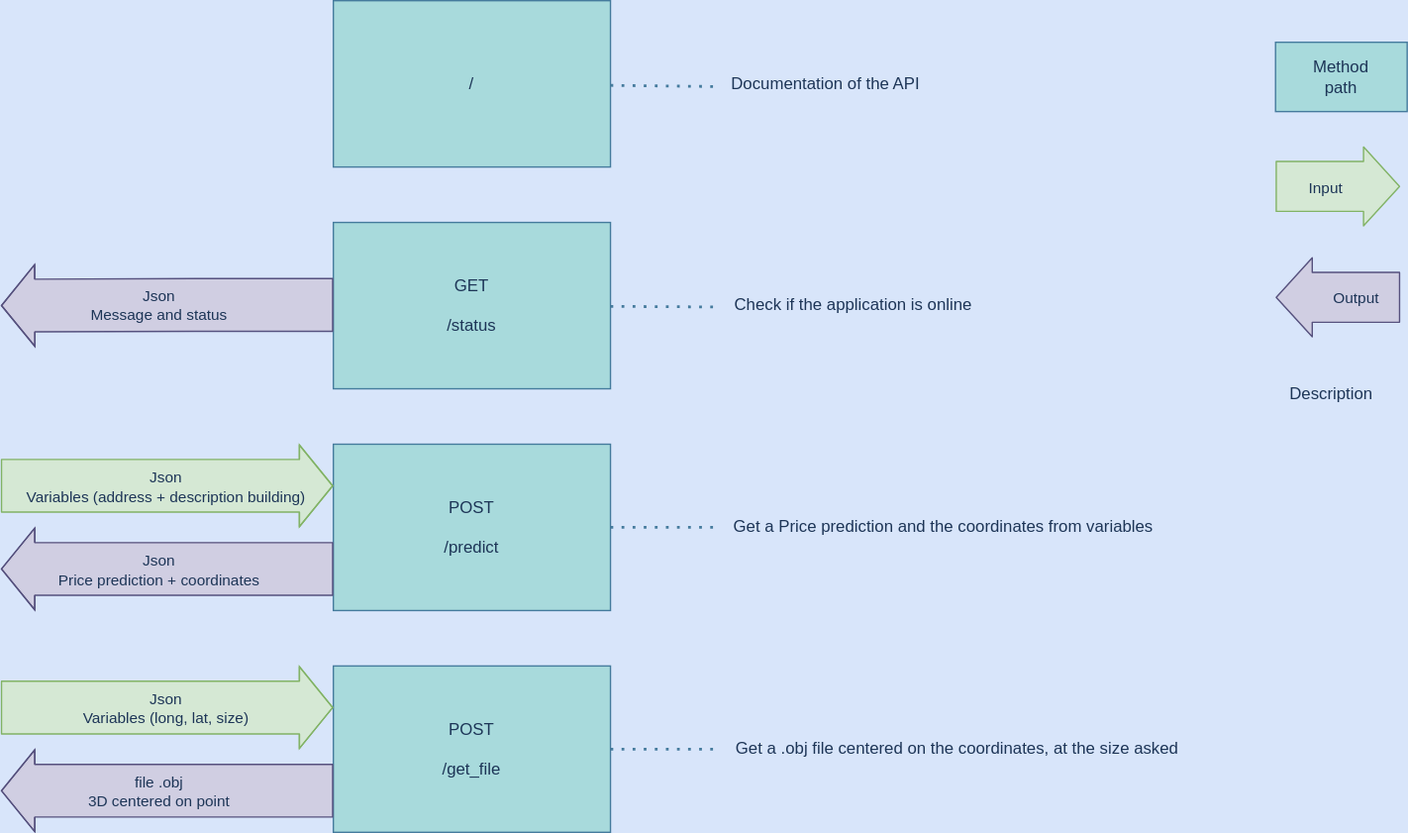
Above: Schemas/API_Diagram.svg in Demesmaeker/ImmoEliza (draw.io), before the change. Source tidied: cells renumbered, new cells last; positions are measured from the earlier drawing's top-left corner, leaving out a move shared by most shapes.
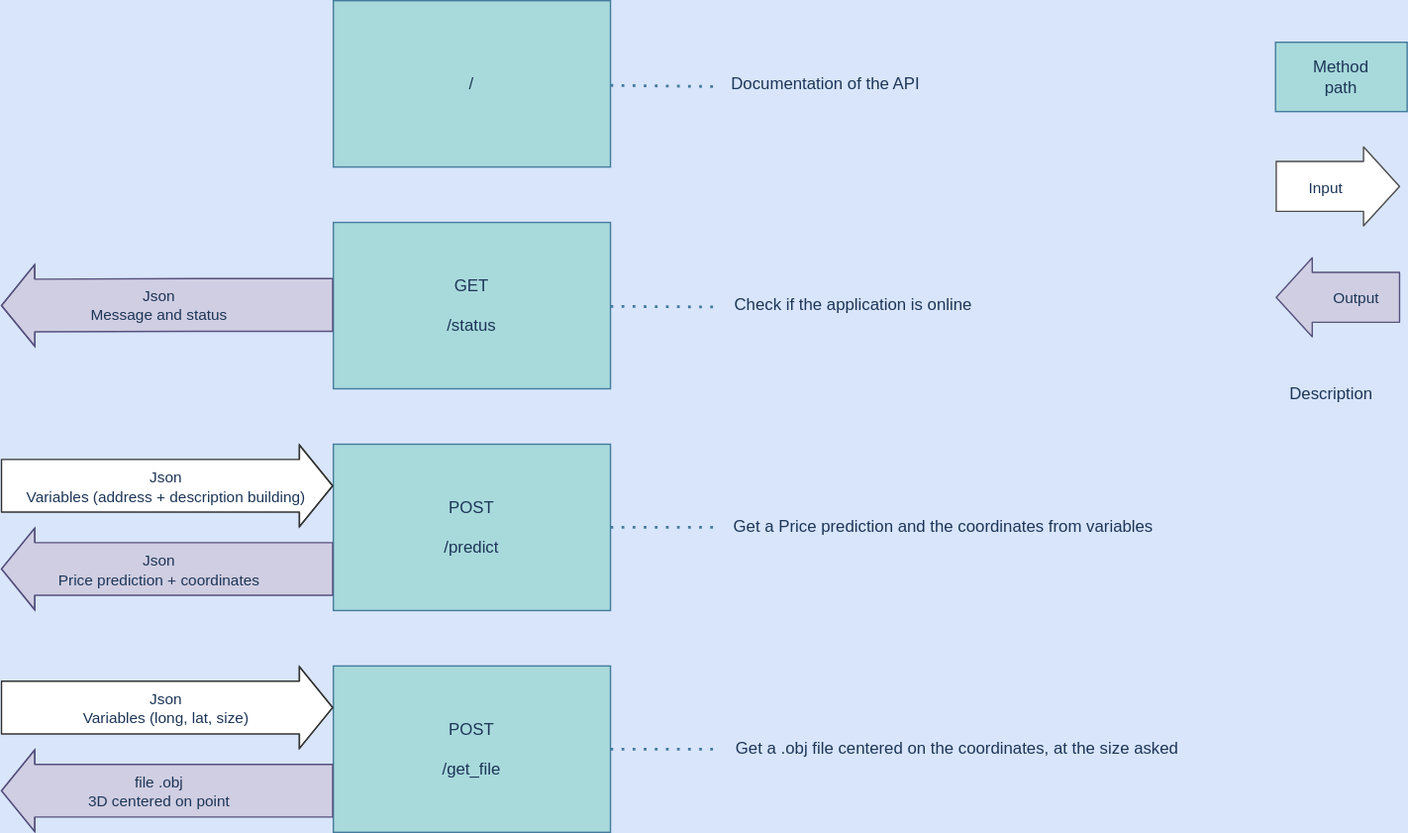
After the change.

Change to the diagram source:
```diff
@@ -16,7 +16,7 @@
         <mxPoint x="520" y="380" as="targetPoint" />
       </mxGeometry>
     </mxCell>
-    <mxCell id="6" style="shape=flexArrow;endArrow=classic;html=1;entryX=0;entryY=0.25;entryDx=0;entryDy=0;width=38;endSize=7.67;labelBackgroundColor=#F1FAEE;strokeColor=#82b366;fontColor=#1D3557;fillColor=#d5e8d4;" parent="1" edge="1" target="2">
+    <mxCell id="6" style="shape=flexArrow;endArrow=classic;html=1;entryX=0;entryY=0.25;entryDx=0;entryDy=0;width=38;endSize=7.67;labelBackgroundColor=#F1FAEE;fontColor=#1D3557;strokeColor=#333333;fillColor=#FFFFFF;" parent="1" edge="1" target="2">
       <mxGeometry relative="1" as="geometry">
         <mxPoint y="350" as="sourcePoint" />
         <Array as="points">
@@ -78,7 +78,7 @@
     <mxCell id="17" value="Method&lt;br&gt;path" style="whiteSpace=wrap;html=1;fillColor=#A8DADC;strokeColor=#457B9D;fontColor=#1D3557;" parent="1" vertex="1">
       <mxGeometry x="920" y="30" width="95" height="50" as="geometry" />
     </mxCell>
-    <mxCell id="18" style="shape=flexArrow;endArrow=classic;html=1;width=36;endSize=8.33;labelBackgroundColor=#F1FAEE;strokeColor=#82b366;fontColor=#1D3557;fillColor=#d5e8d4;" parent="1" edge="1">
+    <mxCell id="18" style="shape=flexArrow;endArrow=classic;html=1;width=36;endSize=8.33;labelBackgroundColor=#F1FAEE;fontColor=#1D3557;fillColor=#FFFFFF;strokeColor=#4D4D4D;" parent="1" edge="1">
       <mxGeometry relative="1" as="geometry">
         <mxPoint x="920" y="134" as="sourcePoint" />
         <mxPoint x="1010" y="134" as="targetPoint" />
@@ -111,7 +111,7 @@
         <mxPoint x="520" y="540" as="targetPoint" />
       </mxGeometry>
     </mxCell>
-    <mxCell id="25" style="shape=flexArrow;endArrow=classic;html=1;entryX=0;entryY=0.25;entryDx=0;entryDy=0;width=38;endSize=7.67;labelBackgroundColor=#F1FAEE;strokeColor=#82b366;fontColor=#1D3557;fillColor=#d5e8d4;" parent="1" edge="1" target="23">
+    <mxCell id="25" style="shape=flexArrow;endArrow=classic;html=1;entryX=0;entryY=0.25;entryDx=0;entryDy=0;width=38;endSize=7.67;labelBackgroundColor=#F1FAEE;fontColor=#1D3557;strokeColor=#333333;fillColor=#FFFFFF;" parent="1" edge="1" target="23">
       <mxGeometry relative="1" as="geometry">
         <mxPoint y="510" as="sourcePoint" />
         <Array as="points">
```
